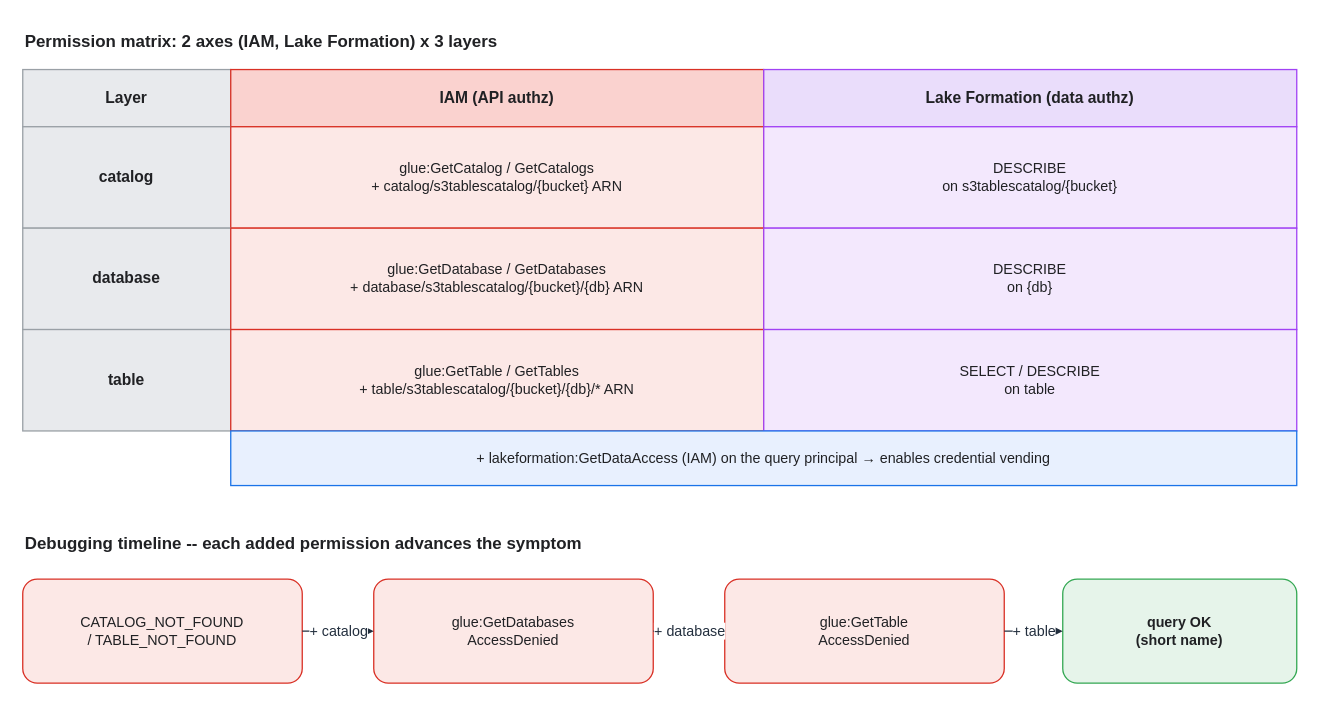
Earlier version of the draw.io diagram assets/img/aws/analytics-stack-08-lf-permissions.drawio (KKamJi98/kkamji98.github.io). Source tidied: cells renumbered, new cells numbered last; positions are measured from the earlier drawing's top-left corner, leaving out a move shared by most shapes. Both pictures are drawn from the tidied source at 130%, with x=0, y=0 at pixel (22, 22).
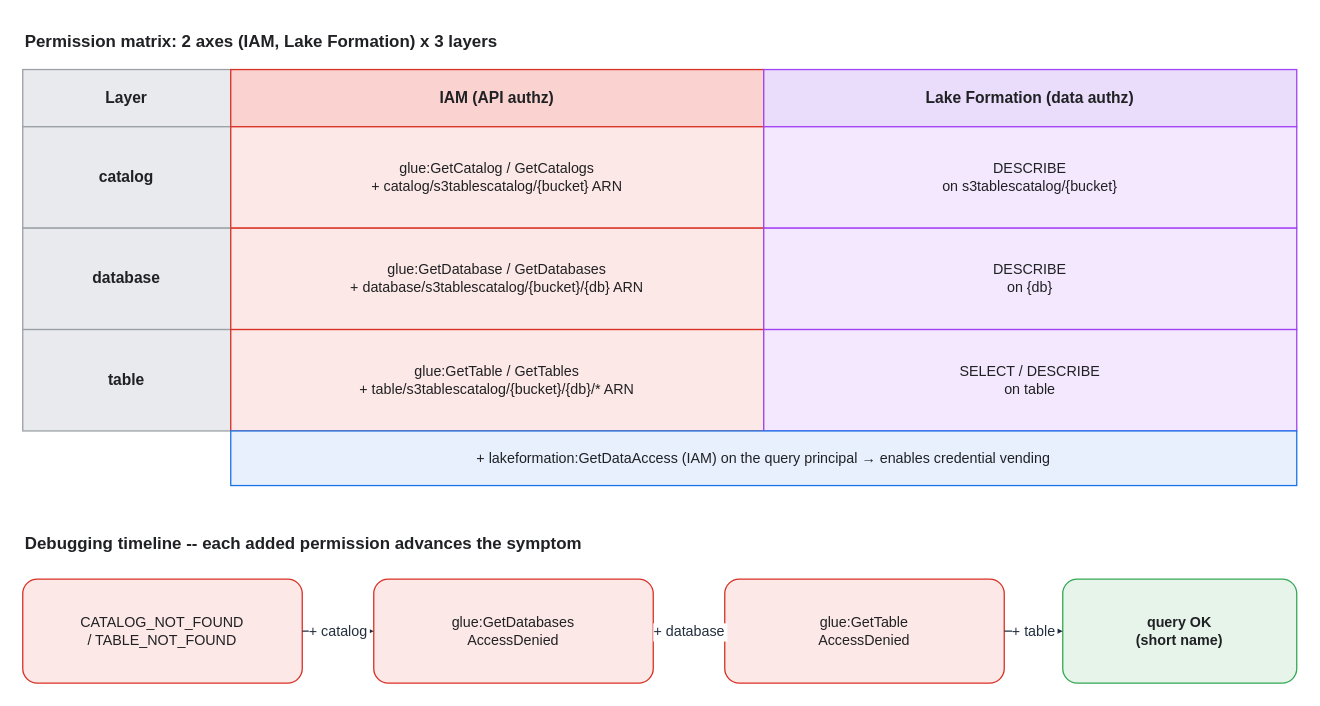
After the change.

The change refers to these unchanged cells:
```xml
<mxCell id="17" value="CATALOG_NOT_FOUND&#10;/ TABLE_NOT_FOUND" style="rounded=1;whiteSpace=wrap;html=1;arcSize=14;shadow=0;fillColor=#FCE8E6;strokeColor=#D93025;fontColor=#202124;fontSize=11;" parent="1" vertex="1">
  <mxGeometry y="428" width="215" height="80" as="geometry" />
</mxCell>
<mxCell id="18" value="glue:GetDatabases&#10;AccessDenied" style="rounded=1;whiteSpace=wrap;html=1;arcSize=14;shadow=0;fillColor=#FCE8E6;strokeColor=#D93025;fontColor=#202124;fontSize=11;" parent="1" vertex="1">
  <mxGeometry x="270" y="428" width="215" height="80" as="geometry" />
</mxCell>
<mxCell id="19" value="glue:GetTable&#10;AccessDenied" style="rounded=1;whiteSpace=wrap;html=1;arcSize=14;shadow=0;fillColor=#FCE8E6;strokeColor=#D93025;fontColor=#202124;fontSize=11;" parent="1" vertex="1">
  <mxGeometry x="540" y="428" width="215" height="80" as="geometry" />
</mxCell>
<mxCell id="20" value="query OK&#10;(short name)" style="rounded=1;whiteSpace=wrap;html=1;arcSize=14;shadow=0;fillColor=#E6F4EA;strokeColor=#34A853;fontColor=#202124;fontStyle=1;fontSize=11;" parent="1" vertex="1">
  <mxGeometry x="800" y="428" width="180" height="80" as="geometry" />
</mxCell>
```

The edit, as a diff of the source:
```diff
@@
-    <mxCell id="21" value="+ catalog" style="edgeStyle=orthogonalEdgeStyle;rounded=1;html=1;fontColor=#232F3E;strokeColor=#232F3E;labelBackgroundColor=#FFFFFF;endArrow=block;exitX=1;exitY=0.5;exitDx=0;exitDy=0;entryX=0;entryY=0.5;entryDx=0;entryDy=0;" parent="1" edge="1" source="17" target="18">
+    <mxCell id="21" value="+ catalog" style="edgeStyle=orthogonalEdgeStyle;rounded=1;html=0;fontColor=#232F3E;strokeColor=#232F3E;labelBackgroundColor=#FFFFFF;endArrow=block;exitX=1;exitY=0.5;exitDx=0;exitDy=0;entryX=0;entryY=0.5;entryDx=0;entryDy=0;" parent="1" edge="1" source="17" target="18">
       <mxGeometry relative="1" as="geometry" />
     </mxCell>
-    <mxCell id="22" value="+ database" style="edgeStyle=orthogonalEdgeStyle;rounded=1;html=1;fontColor=#232F3E;strokeColor=#232F3E;labelBackgroundColor=#FFFFFF;endArrow=block;exitX=1;exitY=0.5;exitDx=0;exitDy=0;entryX=0;entryY=0.5;entryDx=0;entryDy=0;" parent="1" edge="1" source="18" target="19">
+    <mxCell id="22" value="+ database" style="edgeStyle=orthogonalEdgeStyle;rounded=1;html=0;fontColor=#232F3E;strokeColor=#232F3E;labelBackgroundColor=#FFFFFF;endArrow=block;exitX=1;exitY=0.5;exitDx=0;exitDy=0;entryX=0;entryY=0.5;entryDx=0;entryDy=0;" parent="1" edge="1" source="18" target="19">
       <mxGeometry relative="1" as="geometry" />
     </mxCell>
-    <mxCell id="23" value="+ table" style="edgeStyle=orthogonalEdgeStyle;rounded=1;html=1;fontColor=#232F3E;strokeColor=#232F3E;labelBackgroundColor=#FFFFFF;endArrow=block;exitX=1;exitY=0.5;exitDx=0;exitDy=0;entryX=0;entryY=0.5;entryDx=0;entryDy=0;" parent="1" edge="1" source="19" target="20">
+    <mxCell id="23" value="+ table" style="edgeStyle=orthogonalEdgeStyle;rounded=1;html=0;fontColor=#232F3E;strokeColor=#232F3E;labelBackgroundColor=#FFFFFF;endArrow=block;exitX=1;exitY=0.5;exitDx=0;exitDy=0;entryX=0;entryY=0.5;entryDx=0;entryDy=0;" parent="1" edge="1" source="19" target="20">
       <mxGeometry relative="1" as="geometry" />
     </mxCell>
```
